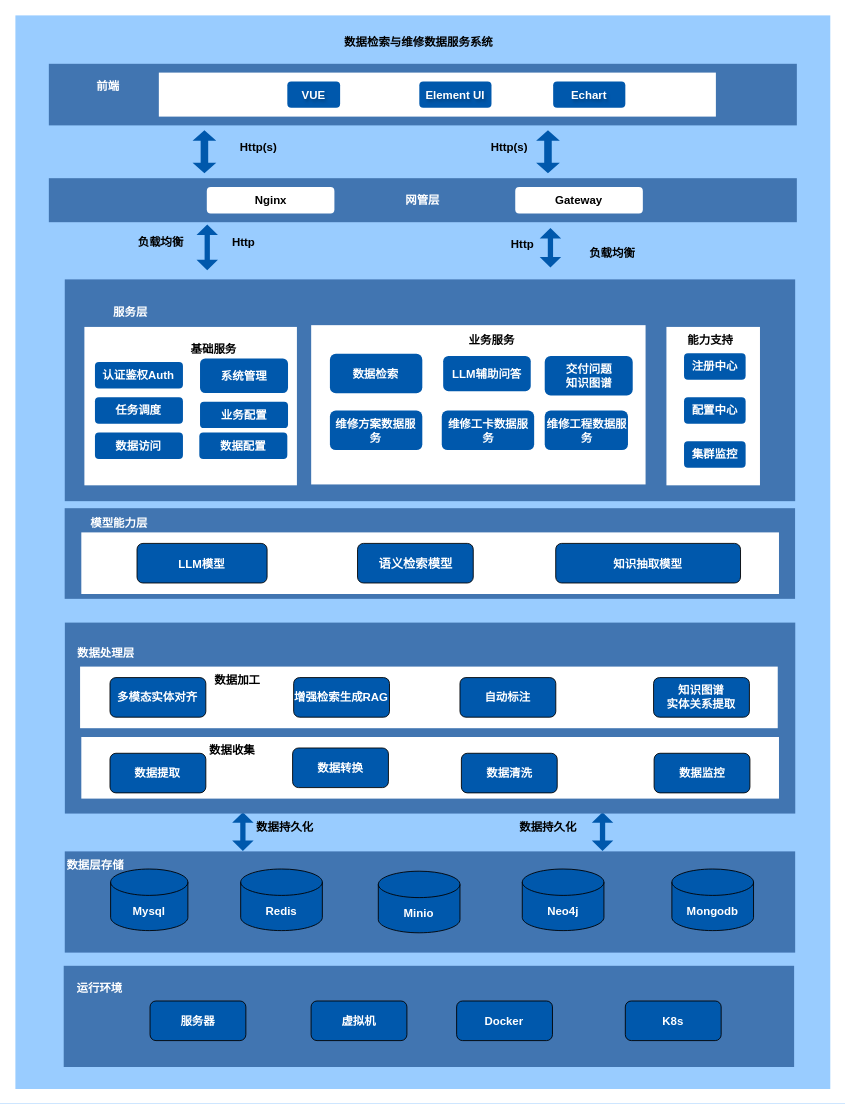
The draw.io diagram 数据检索与维修数据服/数据检索与维修数据服务技术架构图.drawio in DemonHan/KuickBuy, before the edit. Source tidied: cells renumbered, new cells numbered last; positions are measured from the earlier drawing's top-left corner, leaving out a move shared by most shapes. Both pictures are drawn from the tidied source at 88%, with x=0, y=0 at pixel (15, 15).
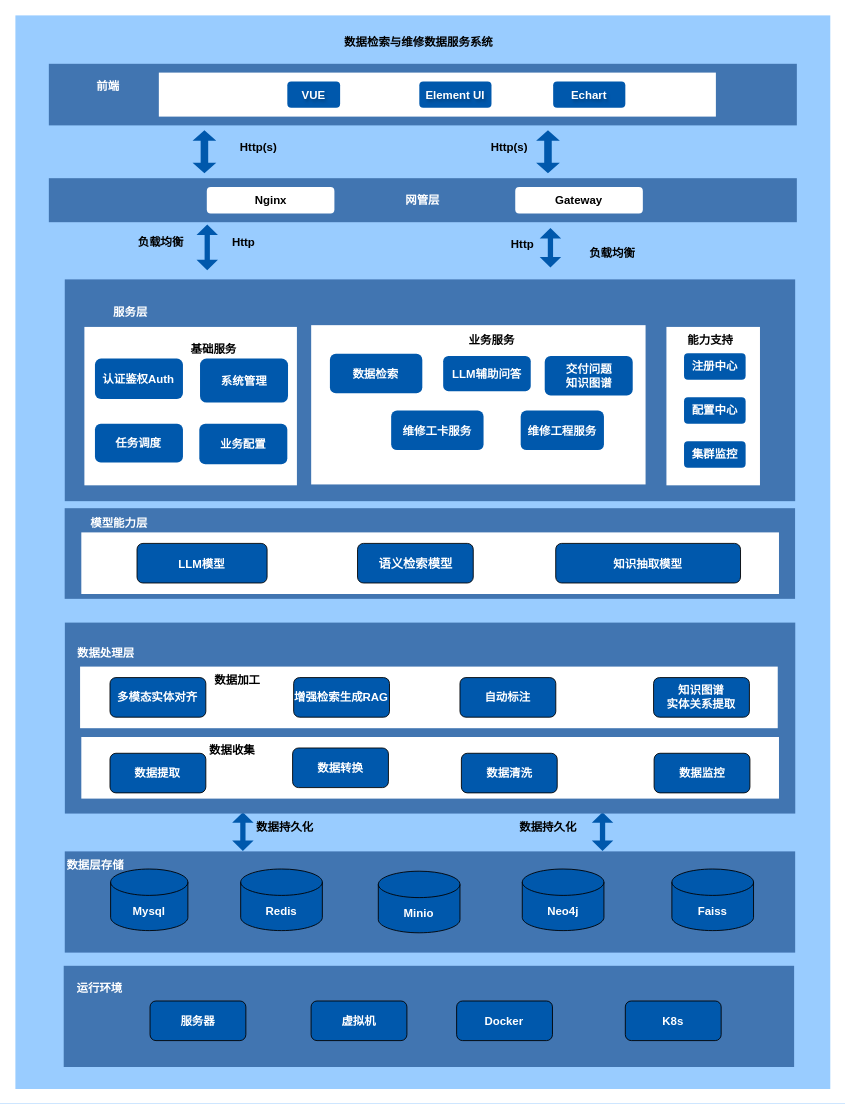
After the change.

Commit message:
更新数据检索与维修数据服务技术架构图.drawio

The edit, as a diff of the source:
```diff
@@
     <mxCell id="14" value="认证鉴权Auth" style="rounded=1;whiteSpace=wrap;html=1;fontStyle=1;fontSize=13;strokeColor=none;fillColor=#0058AC;fontColor=#FFFFFF;" parent="1" vertex="1">
-      <mxGeometry x="90.4" y="394" width="100" height="30" as="geometry" />
+      <mxGeometry x="90.4" y="390" width="100" height="46" as="geometry" />
     </mxCell>
     <mxCell id="15" value="任务调度" style="rounded=1;whiteSpace=wrap;html=1;fontStyle=1;fontSize=13;strokeColor=none;fillColor=#0058AC;fontColor=#FFFFFF;" parent="1" vertex="1">
-      <mxGeometry x="90.4" y="434" width="100" height="30" as="geometry" />
+      <mxGeometry x="90.4" y="464" width="100" height="44" as="geometry" />
     </mxCell>
-    <mxCell id="16" value="数据访问" style="rounded=1;whiteSpace=wrap;html=1;fontStyle=1;fontSize=13;strokeColor=none;fillColor=#0058AC;fontColor=#FFFFFF;" parent="1" vertex="1">
-      <mxGeometry x="90.4" y="474" width="100" height="30" as="geometry" />
-    </mxCell>
@@
     <mxCell id="21" value="系统管理" style="rounded=1;whiteSpace=wrap;html=1;fontStyle=1;fontSize=13;strokeColor=none;fillColor=#0058AC;fontColor=#FFFFFF;" parent="1" vertex="1">
-      <mxGeometry x="209.8" y="390" width="100" height="39" as="geometry" />
+      <mxGeometry x="209.8" y="390" width="100" height="50" as="geometry" />
     </mxCell>
     <mxCell id="22" value="业务配置" style="rounded=1;whiteSpace=wrap;html=1;fontStyle=1;fontSize=13;strokeColor=none;fillColor=#0058AC;fontColor=#FFFFFF;" parent="1" vertex="1">
-      <mxGeometry x="209.8" y="439" width="100" height="30" as="geometry" />
+      <mxGeometry x="209" y="464" width="100" height="46" as="geometry" />
     </mxCell>
-    <mxCell id="23" value="维修方案数据服务" style="rounded=1;whiteSpace=wrap;html=1;fontStyle=1;fontSize=13;strokeColor=none;fillColor=#0058AC;fontColor=#FFFFFF;" parent="1" vertex="1">
-      <mxGeometry x="357.4" y="449" width="105" height="45" as="geometry" />
-    </mxCell>
@@
-    <mxCell id="33" value="Mongodb" style="shape=cylinder3;whiteSpace=wrap;html=1;boundedLbl=1;backgroundOutline=1;size=15;fontStyle=1;fontSize=13;strokeColor=default;fillColor=#0058AC;fontColor=#FFFFFF;" parent="1" vertex="1">
+    <mxCell id="33" value="Faiss" style="shape=cylinder3;whiteSpace=wrap;html=1;boundedLbl=1;backgroundOutline=1;size=15;fontStyle=1;fontSize=13;strokeColor=default;fillColor=#0058AC;fontColor=#FFFFFF;" parent="1" vertex="1">
       <mxGeometry x="746" y="970" width="92.8" height="70" as="geometry" />
     </mxCell>
@@
-    <mxCell id="49" value="维修工卡数据服务" style="rounded=1;whiteSpace=wrap;html=1;fontStyle=1;fontSize=13;strokeColor=none;fillColor=#0058AC;fontColor=#FFFFFF;" parent="1" vertex="1">
-      <mxGeometry x="484.5" y="449" width="105" height="45" as="geometry" />
+    <mxCell id="49" value="维修工卡服务" style="rounded=1;whiteSpace=wrap;html=1;fontStyle=1;fontSize=13;strokeColor=none;fillColor=#0058AC;fontColor=#FFFFFF;" parent="1" vertex="1">
+      <mxGeometry x="427" y="449" width="105" height="45" as="geometry" />
     </mxCell>
-    <mxCell id="50" value="维修工程数据服务" style="rounded=1;whiteSpace=wrap;html=1;fontStyle=1;fontSize=13;strokeColor=none;fillColor=#0058AC;fontColor=#FFFFFF;" parent="1" vertex="1">
-      <mxGeometry x="601.5" y="449" width="94.6" height="45" as="geometry" />
+    <mxCell id="50" value="维修工程服务" style="rounded=1;whiteSpace=wrap;html=1;fontStyle=1;fontSize=13;strokeColor=none;fillColor=#0058AC;fontColor=#FFFFFF;" parent="1" vertex="1">
+      <mxGeometry x="574.2" y="449" width="94.6" height="45" as="geometry" />
     </mxCell>
@@
-    <mxCell id="74" value="数据配置" style="rounded=1;whiteSpace=wrap;html=1;fontStyle=1;fontSize=13;strokeColor=none;fillColor=#0058AC;fontColor=#FFFFFF;" parent="1" vertex="1">
-      <mxGeometry x="209" y="474" width="100" height="30" as="geometry" />
-    </mxCell>
```
